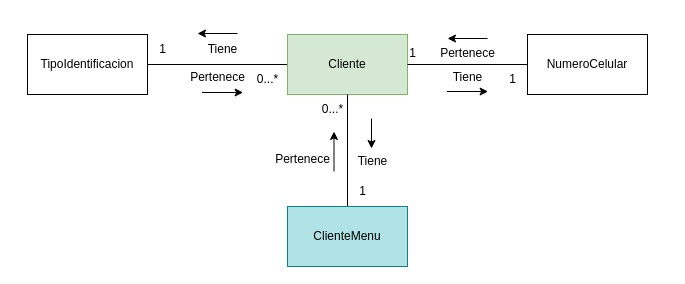
Before: page "Contexto Clientes (Modelo dominio Clientes)" (2 of 12) of Restaurante_Disenio.drawio in andrescardo98/doo, a draw.io diagram. Source tidied: cells renumbered, new cells numbered last; positions are measured from the earlier drawing's top-left corner, leaving out a move shared by most shapes. Both pictures are drawn from the tidied source at 100%, with x=0, y=0 at pixel (27, 33).
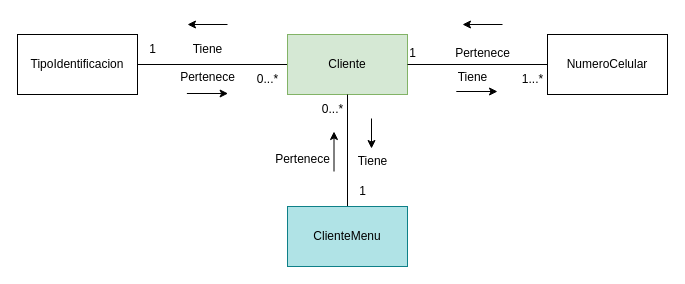
The same diagram, later.

Change to the diagram source:
```diff
@@
     <mxCell id="4" value="TipoIdentificacion" style="rounded=0;whiteSpace=wrap;html=1;" parent="1" vertex="1">
-      <mxGeometry y="1" width="120" height="60" as="geometry" />
+      <mxGeometry x="-10" y="1" width="120" height="60" as="geometry" />
     </mxCell>
     <mxCell id="5" value="Tiene" style="text;html=1;align=center;verticalAlign=middle;strokeColor=none;fillColor=none;" parent="1" vertex="1">
-      <mxGeometry x="170" y="1" width="50" height="30" as="geometry" />
+      <mxGeometry x="155" y="1" width="50" height="30" as="geometry" />
     </mxCell>
     <mxCell id="6" value="1" style="text;html=1;align=center;verticalAlign=middle;strokeColor=none;fillColor=none;" parent="1" vertex="1">
-      <mxGeometry x="120" y="1" width="30" height="30" as="geometry" />
+      <mxGeometry x="110" y="1" width="30" height="30" as="geometry" />
     </mxCell>
@@
     <mxCell id="8" value="NumeroCelular" style="rounded=0;whiteSpace=wrap;html=1;" parent="1" vertex="1">
-      <mxGeometry x="500" y="1" width="120" height="60" as="geometry" />
+      <mxGeometry x="520" y="1" width="120" height="60" as="geometry" />
     </mxCell>
@@
     <mxCell id="10" value="Tiene" style="text;html=1;align=center;verticalAlign=middle;strokeColor=none;fillColor=none;" parent="1" vertex="1">
-      <mxGeometry x="415" y="29" width="50" height="30" as="geometry" />
+      <mxGeometry x="420" y="29" width="50" height="30" as="geometry" />
     </mxCell>
-    <mxCell id="11" value="1" style="text;html=1;align=center;verticalAlign=middle;strokeColor=none;fillColor=none;" parent="1" vertex="1">
-      <mxGeometry x="470" y="31" width="30" height="30" as="geometry" />
+    <mxCell id="11" value="1...*" style="text;html=1;align=center;verticalAlign=middle;strokeColor=none;fillColor=none;" parent="1" vertex="1">
+      <mxGeometry x="485" y="31" width="40" height="30" as="geometry" />
     </mxCell>
     <mxCell id="12" style="endArrow=classic;html=1;rounded=0;entryX=0.99;entryY=1;entryDx=0;entryDy=0;entryPerimeter=0;" parent="1" edge="1">
       <mxGeometry relative="1" as="geometry">
-        <mxPoint x="419.4" y="58" as="sourcePoint" />
-        <mxPoint x="460.6" y="58" as="targetPoint" />
+        <mxPoint x="428.8" y="58" as="sourcePoint" />
+        <mxPoint x="470" y="58" as="targetPoint" />
       </mxGeometry>
     </mxCell>
     <mxCell id="13" style="endArrow=classic;html=1;rounded=0;" parent="1" edge="1">
       <mxGeometry relative="1" as="geometry">
-        <mxPoint x="460" y="5" as="sourcePoint" />
-        <mxPoint x="420" y="5" as="targetPoint" />
+        <mxPoint x="475" y="-9" as="sourcePoint" />
+        <mxPoint x="435" y="-9" as="targetPoint" />
       </mxGeometry>
     </mxCell>
@@
     <mxCell id="22" value="Pertenece" style="text;html=1;align=center;verticalAlign=middle;strokeColor=none;fillColor=none;" parent="1" vertex="1">
-      <mxGeometry x="400" y="5" width="80" height="30" as="geometry" />
+      <mxGeometry x="415" y="5" width="80" height="30" as="geometry" />
     </mxCell>
     <mxCell id="23" style="endArrow=classic;html=1;rounded=0;" parent="1" edge="1">
       <mxGeometry relative="1" as="geometry">
-        <mxPoint x="210" as="sourcePoint" />
-        <mxPoint x="170" as="targetPoint" />
+        <mxPoint x="200" y="-9" as="sourcePoint" />
+        <mxPoint x="160" y="-9" as="targetPoint" />
       </mxGeometry>
     </mxCell>
     <mxCell id="24" value="Pertenece" style="text;html=1;align=center;verticalAlign=middle;strokeColor=none;fillColor=none;" parent="1" vertex="1">
-      <mxGeometry x="150" y="29" width="80" height="30" as="geometry" />
+      <mxGeometry x="140" y="29" width="80" height="30" as="geometry" />
     </mxCell>
     <mxCell id="25" style="endArrow=classic;html=1;rounded=0;entryX=0.99;entryY=1;entryDx=0;entryDy=0;entryPerimeter=0;" parent="1" edge="1">
       <mxGeometry relative="1" as="geometry">
-        <mxPoint x="174.4" y="59" as="sourcePoint" />
-        <mxPoint x="215.6" y="59" as="targetPoint" />
+        <mxPoint x="159.4" y="60" as="sourcePoint" />
+        <mxPoint x="200.6" y="60" as="targetPoint" />
       </mxGeometry>
     </mxCell>
```
